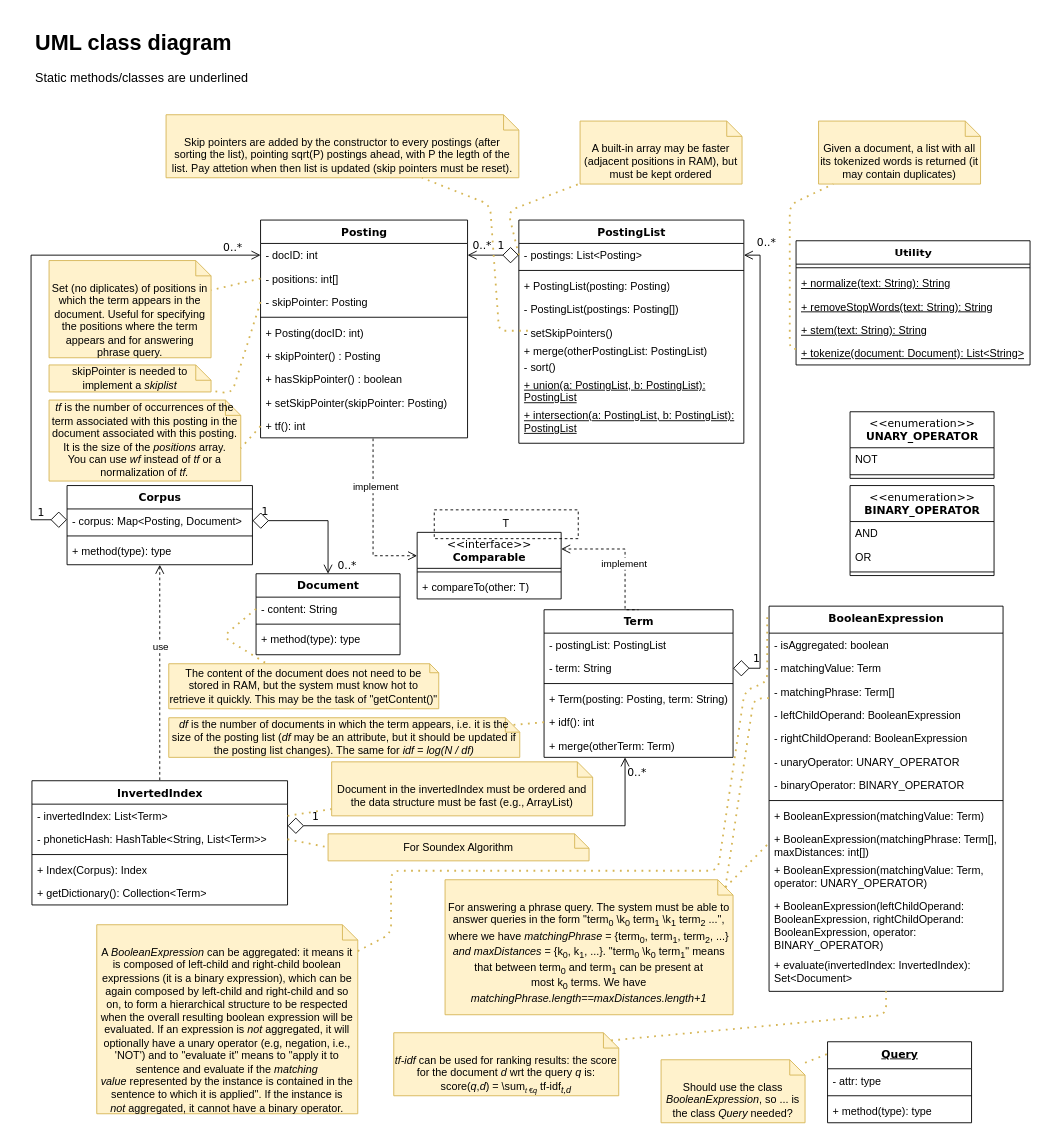
Before: UML/BasicIRSystem.drawio in matteoferfoglia/Information-Retrieval-System, a draw.io diagram. Source tidied: cells renumbered, new cells numbered last; positions are measured from the earlier drawing's top-left corner, leaving out a move shared by most shapes. Both pictures are drawn from the tidied source at 90%, with x=0, y=0 at pixel (31, 24).
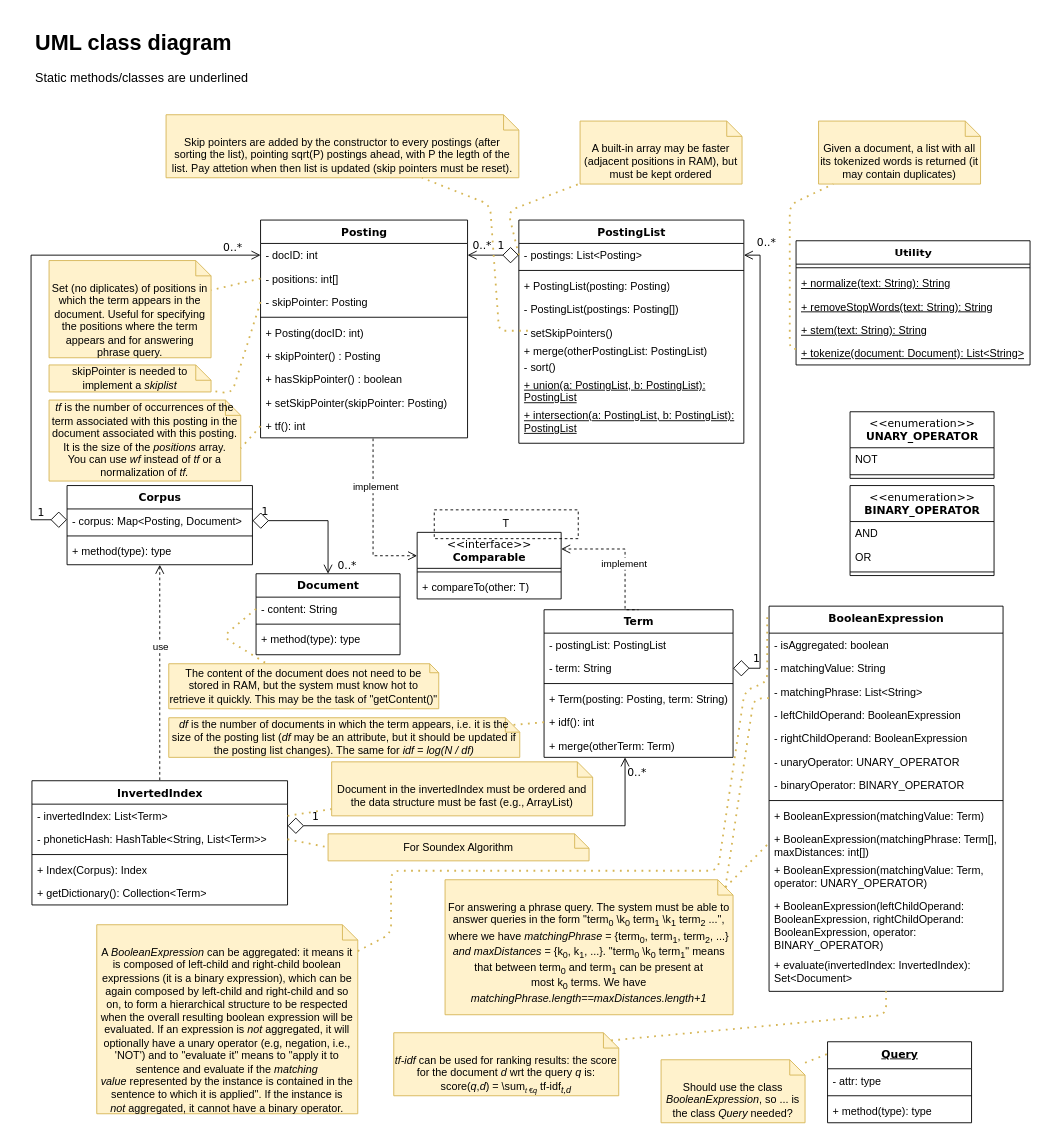
Above is the later version.

Commit message (it also covers changes not shown here):
Update UML class diagram

Unchanged cells that the change refers to:
```xml
<mxCell id="13" value="BooleanExpression" style="swimlane;html=1;fontStyle=1;align=center;verticalAlign=top;horizontal=1;startSize=30;swimlaneFillColor=none;rounded=0;shadow=0;comic=0;labelBackgroundColor=none;strokeWidth=1;fillColor=none;fontFamily=Verdana;fontSize=12;" parent="1" vertex="1">
  <mxGeometry x="820" y="646" width="260" height="428" as="geometry" />
</mxCell>
```

Change to the diagram source:
```diff
@@
-    <mxCell id="15" value="- matchingValue: Term" style="text;html=1;strokeColor=none;fillColor=none;align=left;verticalAlign=top;spacingLeft=4;spacingRight=4;whiteSpace=wrap;overflow=hidden;" parent="13" vertex="1">
+    <mxCell id="15" value="- matchingValue: String" style="text;html=1;strokeColor=none;fillColor=none;align=left;verticalAlign=top;spacingLeft=4;spacingRight=4;whiteSpace=wrap;overflow=hidden;" parent="13" vertex="1">
       <mxGeometry y="56" width="260" height="26" as="geometry" />
     </mxCell>
-    <mxCell id="16" value="- matchingPhrase: Term[]" style="text;html=1;strokeColor=none;fillColor=none;align=left;verticalAlign=top;spacingLeft=4;spacingRight=4;whiteSpace=wrap;overflow=hidden;points=[[0,0.5],[1,0.5]];portConstraint=eastwest;" parent="13" vertex="1">
+    <mxCell id="16" value="- matchingPhrase: List&amp;lt;String&amp;gt;" style="text;html=1;strokeColor=none;fillColor=none;align=left;verticalAlign=top;spacingLeft=4;spacingRight=4;whiteSpace=wrap;overflow=hidden;points=[[0,0.5],[1,0.5]];portConstraint=eastwest;" parent="13" vertex="1">
       <mxGeometry y="82" width="260" height="26" as="geometry" />
     </mxCell>
```
